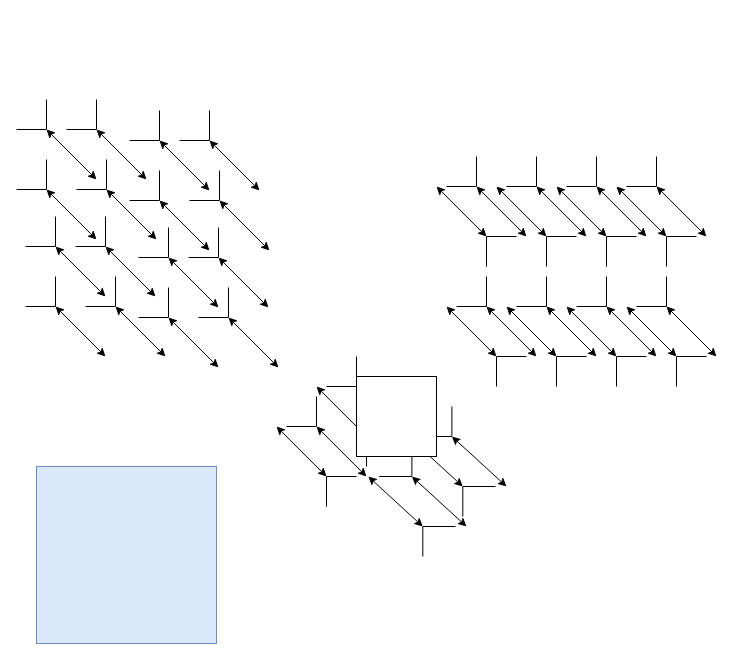
The draw.io diagram page "Page-2" (2 of 2) of Vector_decomp.drawio in rebelclause/AI, before the edit. Source tidied: cells renumbered, new cells numbered last; positions are measured from the earlier drawing's top-left corner, leaving out a move shared by most shapes. Both pictures are drawn from the tidied source at 100%, with x=0, y=0 at pixel (-4, 89).
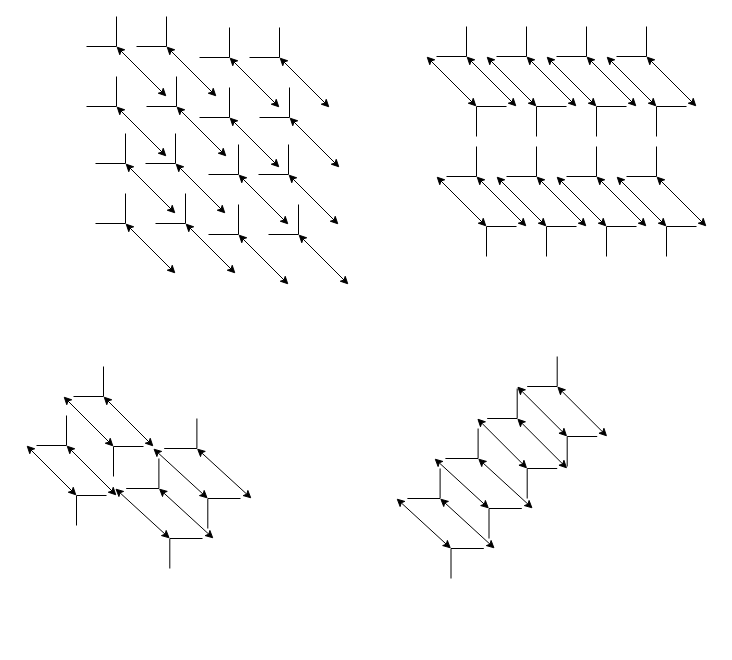
After the change.

What changed in the source:
```diff
@@
     <mxCell id="2" style="group;" parent="1" vertex="1">
-      <mxGeometry x="113" y="21" width="169" height="257" as="geometry" />
+      <mxGeometry x="183" y="-62" width="169" height="257" as="geometry" />
     </mxCell>
@@
     <mxCell id="45" style="group;" parent="1" vertex="1">
-      <mxGeometry x="430" y="67" width="290" height="110" as="geometry" />
+      <mxGeometry x="420" y="-63" width="290" height="110" as="geometry" />
     </mxCell>
@@
     <mxCell id="90" style="group;" parent="1" vertex="1">
-      <mxGeometry y="10" width="290" height="257" as="geometry" />
+      <mxGeometry x="70" y="-73" width="290" height="257" as="geometry" />
     </mxCell>
@@
     <mxCell id="133" style="group;" parent="1" vertex="1">
-      <mxGeometry x="440" y="187" width="290" height="110" as="geometry" />
+      <mxGeometry x="430" y="57" width="290" height="110" as="geometry" />
     </mxCell>
@@
     <mxCell id="178" style="group;rotation=-180;" parent="1" vertex="1">
-      <mxGeometry x="350" y="357" width="120" height="110" as="geometry" />
+      <mxGeometry x="97" y="369" width="120" height="110" as="geometry" />
     </mxCell>
@@
     <mxCell id="189" style="group;" parent="1" vertex="1">
-      <mxGeometry x="270" y="307" width="110" height="110" as="geometry" />
+      <mxGeometry x="20" y="326" width="110" height="180" as="geometry" />
     </mxCell>
@@
     <mxCell id="195" style="group;rotation=90;" parent="189" vertex="1">
-      <mxGeometry x="20" y="20" width="80" height="100" as="geometry" />
+      <mxGeometry x="20" y="20" width="80" height="160" as="geometry" />
     </mxCell>
@@
     <mxCell id="200" style="group;" parent="1" vertex="1">
-      <mxGeometry x="310" y="267" width="110" height="110" as="geometry" />
+      <mxGeometry x="57" y="277" width="110" height="110" as="geometry" />
     </mxCell>
@@
     <mxCell id="211" style="group;rotation=-180;" parent="1" vertex="1">
-      <mxGeometry x="390" y="317" width="120" height="110" as="geometry" />
+      <mxGeometry x="135" y="329" width="210" height="170" as="geometry" />
     </mxCell>
     <mxCell id="212" style="group;rotation=-270;" parent="211" vertex="1">
-      <mxGeometry x="32.7" y="20" width="87.3" height="100" as="geometry" />
+      <mxGeometry x="32.7" y="20" width="134.5" height="150" as="geometry" />
     </mxCell>
     <mxCell id="213" style="group;rotation=-270;" parent="212" vertex="1">
-      <mxGeometry x="54.5" y="50" width="32.7" height="50" as="geometry" />
+      <mxGeometry x="54.5" y="50" width="80" height="100" as="geometry" />
     </mxCell>
@@
-    <mxCell id="222" style="whiteSpace=wrap;html=1;" parent="1" vertex="1">
-      <mxGeometry x="360" y="287" width="80" height="80" as="geometry" />
-    </mxCell>
-    <mxCell id="223" style="whiteSpace=wrap;html=1;" parent="1" vertex="1">
-      <mxGeometry x="360" y="287" width="80" height="80" as="geometry" />
-    </mxCell>
-    <mxCell id="224" style="rounded=0;whiteSpace=wrap;html=1;fillColor=#dae8fc;strokeColor=#6c8ebf;" parent="1" vertex="1">
-      <mxGeometry x="40" y="377" width="180" height="177" as="geometry" />
-    </mxCell>
+    <mxCell id="225" style="endArrow=classic;startArrow=classic;html=1;rounded=0;" parent="1" edge="1">
+      <mxGeometry relative="1" as="geometry">
+        <mxPoint x="536.2" y="419" as="sourcePoint" />
+        <mxPoint x="481.6" y="369" as="targetPoint" />
+      </mxGeometry>
+    </mxCell>
+    <mxCell id="226" style="endArrow=classic;startArrow=classic;html=1;rounded=0;" parent="1" edge="1">
+      <mxGeometry relative="1" as="geometry">
+        <mxPoint x="438" y="369" as="sourcePoint" />
+        <mxPoint x="492.5" y="419" as="targetPoint" />
+      </mxGeometry>
+    </mxCell>
+    <mxCell id="227" style="endArrow=none;html=1;rounded=0;" parent="1" edge="1">
+      <mxGeometry relative="1" as="geometry">
+        <mxPoint x="492.5" y="419" as="sourcePoint" />
+        <mxPoint x="525.3" y="419" as="targetPoint" />
+      </mxGeometry>
+    </mxCell>
+    <mxCell id="228" style="endArrow=none;html=1;rounded=0;" parent="1" edge="1">
+      <mxGeometry relative="1" as="geometry">
+        <mxPoint x="492.5" y="419" as="sourcePoint" />
+        <mxPoint x="492.5" y="449" as="targetPoint" />
+      </mxGeometry>
+    </mxCell>
+    <mxCell id="229" style="endArrow=classic;startArrow=classic;html=1;rounded=0;" parent="1" edge="1">
+      <mxGeometry relative="1" as="geometry">
+        <mxPoint x="400" y="409" as="sourcePoint" />
+        <mxPoint x="454.5" y="459" as="targetPoint" />
+      </mxGeometry>
+    </mxCell>
+    <mxCell id="230" style="endArrow=none;html=1;rounded=0;" parent="1" edge="1">
+      <mxGeometry relative="1" as="geometry">
+        <mxPoint x="454.5" y="459" as="sourcePoint" />
+        <mxPoint x="487.3" y="459" as="targetPoint" />
+      </mxGeometry>
+    </mxCell>
+    <mxCell id="231" style="endArrow=none;html=1;rounded=0;" parent="1" edge="1">
+      <mxGeometry relative="1" as="geometry">
+        <mxPoint x="454.5" y="459" as="sourcePoint" />
+        <mxPoint x="454.5" y="489" as="targetPoint" />
+      </mxGeometry>
+    </mxCell>
+    <mxCell id="232" style="endArrow=classic;startArrow=classic;html=1;rounded=0;" parent="1" edge="1">
+      <mxGeometry relative="1" as="geometry">
+        <mxPoint x="498.2" y="459" as="sourcePoint" />
+        <mxPoint x="443.6" y="409" as="targetPoint" />
+      </mxGeometry>
+    </mxCell>
+    <mxCell id="233" style="endArrow=none;html=1;rounded=0;" parent="1" edge="1">
+      <mxGeometry relative="1" as="geometry">
+        <mxPoint x="443.6" y="409" as="sourcePoint" />
+        <mxPoint x="410.9" y="409" as="targetPoint" />
+      </mxGeometry>
+    </mxCell>
+    <mxCell id="234" style="endArrow=none;html=1;rounded=0;" parent="1" edge="1">
+      <mxGeometry relative="1" as="geometry">
+        <mxPoint x="443.6" y="409" as="sourcePoint" />
+        <mxPoint x="443.6" y="379" as="targetPoint" />
+      </mxGeometry>
+    </mxCell>
+    <mxCell id="235" style="endArrow=none;html=1;rounded=0;" parent="1" edge="1">
+      <mxGeometry relative="1" as="geometry">
+        <mxPoint x="481.6" y="369" as="sourcePoint" />
+        <mxPoint x="448.9" y="369" as="targetPoint" />
+      </mxGeometry>
+    </mxCell>
+    <mxCell id="236" style="endArrow=none;html=1;rounded=0;" parent="1" edge="1">
+      <mxGeometry relative="1" as="geometry">
+        <mxPoint x="481.6" y="369" as="sourcePoint" />
+        <mxPoint x="481.6" y="339" as="targetPoint" />
+      </mxGeometry>
+    </mxCell>
+    <mxCell id="237" style="endArrow=classic;startArrow=classic;html=1;rounded=0;" parent="1" edge="1">
+      <mxGeometry relative="1" as="geometry">
+        <mxPoint x="570.7" y="379" as="sourcePoint" />
+        <mxPoint x="520.7" y="329" as="targetPoint" />
+      </mxGeometry>
+    </mxCell>
+    <mxCell id="238" style="endArrow=none;html=1;rounded=0;" parent="1" edge="1">
+      <mxGeometry relative="1" as="geometry">
+        <mxPoint x="520.7" y="329" as="sourcePoint" />
+        <mxPoint x="490.7" y="329" as="targetPoint" />
+      </mxGeometry>
+    </mxCell>
+    <mxCell id="239" style="endArrow=none;html=1;rounded=0;" parent="1" edge="1">
+      <mxGeometry relative="1" as="geometry">
+        <mxPoint x="520.7" y="329" as="sourcePoint" />
+        <mxPoint x="520.7" y="299" as="targetPoint" />
+      </mxGeometry>
+    </mxCell>
+    <mxCell id="240" style="endArrow=classic;startArrow=classic;html=1;rounded=0;" parent="1" edge="1">
+      <mxGeometry relative="1" as="geometry">
+        <mxPoint x="610.7" y="347" as="sourcePoint" />
+        <mxPoint x="560.7" y="297" as="targetPoint" />
+      </mxGeometry>
+    </mxCell>
+    <mxCell id="241" style="endArrow=none;html=1;rounded=0;" parent="1" edge="1">
+      <mxGeometry relative="1" as="geometry">
+        <mxPoint x="560.7" y="297" as="sourcePoint" />
+        <mxPoint x="530.7" y="297" as="targetPoint" />
+      </mxGeometry>
+    </mxCell>
+    <mxCell id="242" style="endArrow=none;html=1;rounded=0;" parent="1" edge="1">
+      <mxGeometry relative="1" as="geometry">
+        <mxPoint x="560.7" y="297" as="sourcePoint" />
+        <mxPoint x="560.7" y="267" as="targetPoint" />
+      </mxGeometry>
+    </mxCell>
+    <mxCell id="243" style="endArrow=classic;startArrow=classic;html=1;rounded=0;" parent="1" edge="1">
+      <mxGeometry relative="1" as="geometry">
+        <mxPoint x="520.7" y="297" as="sourcePoint" />
+        <mxPoint x="570.7" y="347" as="targetPoint" />
+      </mxGeometry>
+    </mxCell>
+    <mxCell id="244" style="endArrow=none;html=1;rounded=0;" parent="1" edge="1">
+      <mxGeometry relative="1" as="geometry">
+        <mxPoint x="570.7" y="347" as="sourcePoint" />
+        <mxPoint x="600.7" y="347" as="targetPoint" />
+      </mxGeometry>
+    </mxCell>
+    <mxCell id="245" style="endArrow=none;html=1;rounded=0;" parent="1" edge="1">
+      <mxGeometry relative="1" as="geometry">
+        <mxPoint x="570.7" y="347" as="sourcePoint" />
+        <mxPoint x="570.7" y="377" as="targetPoint" />
+      </mxGeometry>
+    </mxCell>
+    <mxCell id="246" style="endArrow=classic;startArrow=classic;html=1;rounded=0;" parent="1" edge="1">
+      <mxGeometry relative="1" as="geometry">
+        <mxPoint x="480.7" y="329" as="sourcePoint" />
+        <mxPoint x="530.7" y="379" as="targetPoint" />
+      </mxGeometry>
+    </mxCell>
+    <mxCell id="247" style="endArrow=none;html=1;rounded=0;" parent="1" edge="1">
+      <mxGeometry relative="1" as="geometry">
+        <mxPoint x="530.7" y="379" as="sourcePoint" />
+        <mxPoint x="560.7" y="379" as="targetPoint" />
+      </mxGeometry>
+    </mxCell>
+    <mxCell id="248" style="endArrow=none;html=1;rounded=0;" parent="1" edge="1">
+      <mxGeometry relative="1" as="geometry">
+        <mxPoint x="530.7" y="379" as="sourcePoint" />
+        <mxPoint x="530.7" y="409" as="targetPoint" />
+      </mxGeometry>
+    </mxCell>
```
